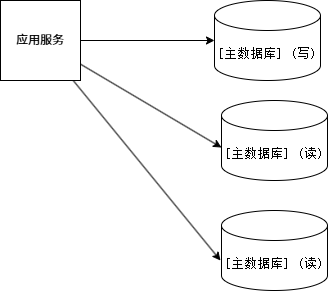
Above: 数据库.drawio.png in kikikong31/highland-nexus-ui (draw.io), before the change. Source tidied: cells renumbered, new cells last; positions are measured from the earlier drawing's top-left corner, leaving out a move shared by most shapes.
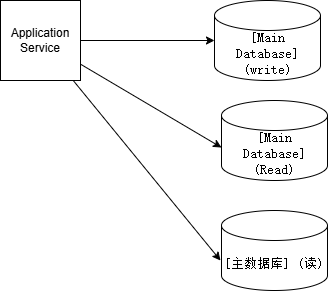
Above is the later version.

What changed in the source:
```diff
@@ -7,16 +7,16 @@
         <mxPoint x="220" y="260" as="targetPoint" />
       </mxGeometry>
     </mxCell>
-    <mxCell id="3" value="应用服务" style="whiteSpace=wrap;html=1;" parent="1" vertex="1">
+    <mxCell id="3" value="Application Service" style="whiteSpace=wrap;html=1;" parent="1" vertex="1">
       <mxGeometry width="80" height="80" as="geometry" />
     </mxCell>
-    <mxCell id="4" value="&lt;p class=&quot;MsoNormal&quot;&gt;&lt;span style=&quot;mso-spacerun:'yes';font-family:宋体;mso-hansi-font-family:'Courier New';&lt;br/&gt;color:rgb(0,0,0);font-size:10.0000pt;mso-font-kerning:1.0000pt;&quot;&gt;[主数据库] (写)&lt;/span&gt;&lt;/p&gt;" style="shape=cylinder3;whiteSpace=wrap;html=1;boundedLbl=1;backgroundOutline=1;size=15;" parent="1" vertex="1">
+    <mxCell id="4" value="&lt;p class=&quot;MsoNormal&quot;&gt;&lt;font face=&quot;宋体&quot;&gt;&lt;span style=&quot;font-size: 13.3333px;&quot;&gt;[Main Database] (write)&lt;/span&gt;&lt;/font&gt;&lt;/p&gt;" style="shape=cylinder3;whiteSpace=wrap;html=1;boundedLbl=1;backgroundOutline=1;size=15;" parent="1" vertex="1">
       <mxGeometry x="214" width="106" height="80" as="geometry" />
     </mxCell>
     <mxCell id="5" value="&lt;p class=&quot;MsoNormal&quot;&gt;&lt;span style=&quot;mso-spacerun:'yes';font-family:宋体;mso-hansi-font-family:'Courier New';&lt;br/&gt;color:rgb(0,0,0);font-size:10.0000pt;mso-font-kerning:1.0000pt;&quot;&gt;[主数据库] (读)&lt;/span&gt;&lt;/p&gt;" style="shape=cylinder3;whiteSpace=wrap;html=1;boundedLbl=1;backgroundOutline=1;size=15;" parent="1" vertex="1">
       <mxGeometry x="221" y="210" width="106" height="80" as="geometry" />
     </mxCell>
-    <mxCell id="6" value="&lt;p class=&quot;MsoNormal&quot;&gt;&lt;span style=&quot;mso-spacerun:'yes';font-family:宋体;mso-hansi-font-family:'Courier New';&lt;br/&gt;color:rgb(0,0,0);font-size:10.0000pt;mso-font-kerning:1.0000pt;&quot;&gt;[主数据库] (读)&lt;/span&gt;&lt;/p&gt;" style="shape=cylinder3;whiteSpace=wrap;html=1;boundedLbl=1;backgroundOutline=1;size=15;" parent="1" vertex="1">
+    <mxCell id="6" value="&lt;p class=&quot;MsoNormal&quot;&gt;&lt;font face=&quot;宋体&quot;&gt;&lt;span style=&quot;font-size: 13.3333px;&quot;&gt;[Main Database] (Read)&lt;/span&gt;&lt;/font&gt;&lt;/p&gt;" style="shape=cylinder3;whiteSpace=wrap;html=1;boundedLbl=1;backgroundOutline=1;size=15;" parent="1" vertex="1">
       <mxGeometry x="221" y="100" width="106" height="80" as="geometry" />
     </mxCell>
     <mxCell id="7" style="edgeStyle=none;html=1;entryX=0;entryY=0.5;entryDx=0;entryDy=0;entryPerimeter=0;" parent="1" edge="1" source="3" target="4">
```
